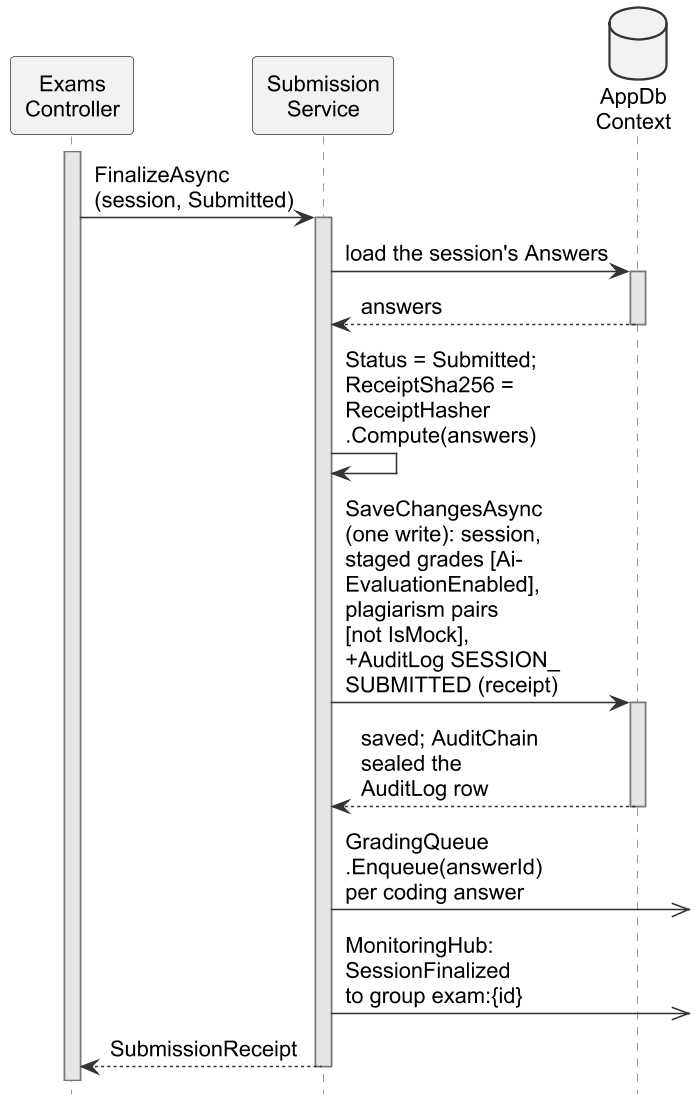
Haiderali27-hub/AI-Lab-Monitoring- keeps this PlantUML diagram as important docs/fyp_doc_3chatp/Figures/seq_submission_b.png. Above is the earlier version. Its diagram source:
```plantuml
@startuml
!include style.iuml
skinparam defaultFontSize 14
skinparam ArrowFontSize 14
hide footbox
hide unlinked
skinparam ParticipantPadding 2
skinparam BoxPadding 0
skinparam maxMessageSize 200
skinparam sequence {
  MessageAlign left
  LifeLineBackgroundColor #E6E6E6
}

actor Student
participant "Exam\nWindow" as EW
participant "ExamSession\nViewModel" as VM
participant "ApiClient" as API
participant "Exams\nController" as EC
participant "Submission\nService" as SS
database "AppDb\nContext" as DB
activate EC
  EC -> SS : FinalizeAsync\n(session, Submitted)
  activate SS
  SS -> DB : load the session's Answers
  activate DB
  DB --> SS : answers
  deactivate DB
  SS -> SS : Status = Submitted;\nReceiptSha256 =\nReceiptHasher\n.Compute(answers)
  SS -> DB : SaveChangesAsync\n(one write): session,\nstaged grades [Ai-\nEvaluationEnabled],\nplagiarism pairs\n[not IsMock],\n+AuditLog SESSION_\nSUBMITTED (receipt)
  activate DB
  DB --> SS : saved; AuditChain\nsealed the\nAuditLog row
  deactivate DB
  SS ->>] : GradingQueue\n.Enqueue(answerId)\nper coding answer
  SS ->>] : MonitoringHub: SessionFinalized\nto group exam:{id}
  SS --> EC : SubmissionReceipt
  deactivate SS
@enduml
```
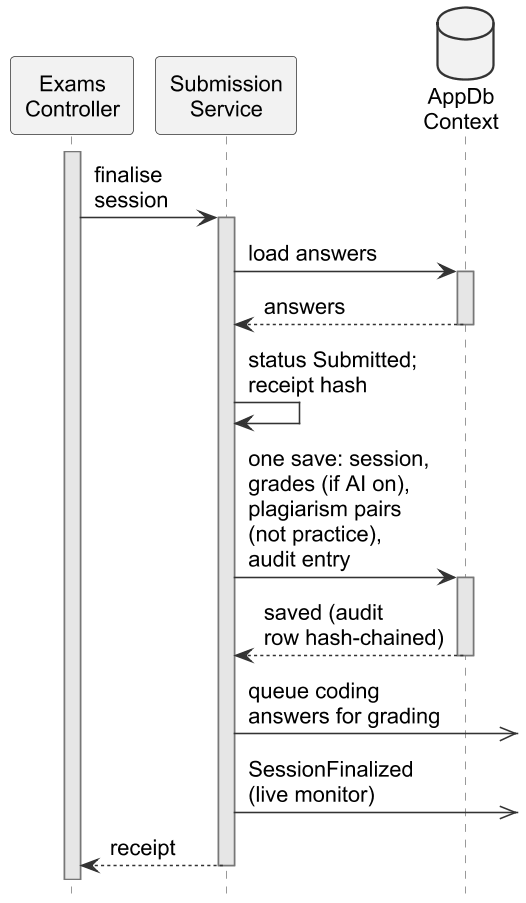
Later version of the same file.

Diff of the diagram source:
```diff
@@ -6,33 +6,28 @@
 hide unlinked
 skinparam ParticipantPadding 2
 skinparam BoxPadding 0
-skinparam maxMessageSize 200
 skinparam sequence {
   MessageAlign left
   LifeLineBackgroundColor #E6E6E6
 }
 
-actor Student
-participant "Exam\nWindow" as EW
-participant "ExamSession\nViewModel" as VM
-participant "ApiClient" as API
 participant "Exams\nController" as EC
 participant "Submission\nService" as SS
 database "AppDb\nContext" as DB
 activate EC
-  EC -> SS : FinalizeAsync\n(session, Submitted)
-  activate SS
-  SS -> DB : load the session's Answers
-  activate DB
-  DB --> SS : answers
-  deactivate DB
-  SS -> SS : Status = Submitted;\nReceiptSha256 =\nReceiptHasher\n.Compute(answers)
-  SS -> DB : SaveChangesAsync\n(one write): session,\nstaged grades [Ai-\nEvaluationEnabled],\nplagiarism pairs\n[not IsMock],\n+AuditLog SESSION_\nSUBMITTED (receipt)
-  activate DB
-  DB --> SS : saved; AuditChain\nsealed the\nAuditLog row
-  deactivate DB
-  SS ->>] : GradingQueue\n.Enqueue(answerId)\nper coding answer
-  SS ->>] : MonitoringHub: SessionFinalized\nto group exam:{id}
-  SS --> EC : SubmissionReceipt
-  deactivate SS
+EC -> SS : finalise\nsession
+activate SS
+SS -> DB : load answers
+activate DB
+DB --> SS : answers
+deactivate DB
+SS -> SS : status Submitted;\nreceipt hash
+SS -> DB : one save: session,\ngrades (if AI on),\nplagiarism pairs\n(not practice),\naudit entry
+activate DB
+DB --> SS : saved (audit\nrow hash-chained)
+deactivate DB
+SS ->>] : queue coding\nanswers for grading
+SS ->>] : SessionFinalized\n(live monitor)
+SS --> EC : receipt
+deactivate SS
 @enduml
```
